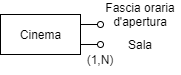
buracchi/cinema-management-system keeps this draw.io diagram as docs/media/er_diagrams/er_1.png. Above is the earlier version. Source tidied: cells renumbered, new cells last; positions are measured from the earlier drawing's top-left corner, leaving out a move shared by most shapes. Source of this version:
```xml
<mxGraphModel>
  <root>
    <mxCell id="0" />
    <mxCell id="1" parent="0" />
    <mxCell id="2" style="edgeStyle=orthogonalEdgeStyle;jettySize=auto;html=1;endArrow=oval;endFill=0;sketch=0;rounded=0;exitX=1;exitY=0.25;exitDx=0;exitDy=0;" parent="1" edge="1" source="4">
      <mxGeometry relative="1" as="geometry">
        <mxPoint x="100" y="20" as="targetPoint" />
      </mxGeometry>
    </mxCell>
    <mxCell id="3" style="edgeStyle=orthogonalEdgeStyle;rounded=0;jettySize=auto;html=1;exitX=1;exitY=0.75;exitDx=0;exitDy=0;endArrow=oval;endFill=0;" parent="1" edge="1" source="4">
      <mxGeometry relative="1" as="geometry">
        <mxPoint x="100" y="40" as="targetPoint" />
      </mxGeometry>
    </mxCell>
    <mxCell id="4" value="Cinema" style="html=1;sketch=0;" parent="1" vertex="1">
      <mxGeometry y="10" width="80" height="40" as="geometry" />
    </mxCell>
    <mxCell id="5" value="Fascia oraria d'apertura" style="text;html=1;strokeColor=none;fillColor=none;align=center;verticalAlign=middle;whiteSpace=wrap;sketch=0;" parent="1" vertex="1">
      <mxGeometry x="100" width="80" height="20" as="geometry" />
    </mxCell>
    <mxCell id="6" value="Sala" style="text;html=1;strokeColor=none;fillColor=none;align=center;verticalAlign=middle;whiteSpace=wrap;rounded=0;" parent="1" vertex="1">
      <mxGeometry x="120" y="30" width="40" height="20" as="geometry" />
    </mxCell>
    <mxCell id="7" value="(1,N)" style="text;html=1;strokeColor=none;fillColor=none;align=center;verticalAlign=middle;whiteSpace=wrap;rounded=0;" parent="1" vertex="1">
      <mxGeometry x="70" y="40" width="60" height="30" as="geometry" />
    </mxCell>
  </root>
</mxGraphModel>
```
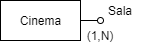
Above is the later version.

The edit, as a diff of the source:
```diff
@@ -2,27 +2,19 @@
   <root>
     <mxCell id="0" />
     <mxCell id="1" parent="0" />
-    <mxCell id="2" style="edgeStyle=orthogonalEdgeStyle;jettySize=auto;html=1;endArrow=oval;endFill=0;sketch=0;rounded=0;exitX=1;exitY=0.25;exitDx=0;exitDy=0;" parent="1" edge="1" source="4">
-      <mxGeometry relative="1" as="geometry">
-        <mxPoint x="100" y="20" as="targetPoint" />
-      </mxGeometry>
-    </mxCell>
-    <mxCell id="3" style="edgeStyle=orthogonalEdgeStyle;rounded=0;jettySize=auto;html=1;exitX=1;exitY=0.75;exitDx=0;exitDy=0;endArrow=oval;endFill=0;" parent="1" edge="1" source="4">
+    <mxCell id="3" style="edgeStyle=orthogonalEdgeStyle;rounded=0;jettySize=auto;html=1;exitX=1;exitY=0.5;exitDx=0;exitDy=0;endArrow=oval;endFill=0;" parent="1" edge="1" source="4">
       <mxGeometry relative="1" as="geometry">
-        <mxPoint x="100" y="40" as="targetPoint" />
+        <mxPoint x="100" y="30" as="targetPoint" />
       </mxGeometry>
     </mxCell>
     <mxCell id="4" value="Cinema" style="html=1;sketch=0;" parent="1" vertex="1">
       <mxGeometry y="10" width="80" height="40" as="geometry" />
     </mxCell>
-    <mxCell id="5" value="Fascia oraria d'apertura" style="text;html=1;strokeColor=none;fillColor=none;align=center;verticalAlign=middle;whiteSpace=wrap;sketch=0;" parent="1" vertex="1">
-      <mxGeometry x="100" width="80" height="20" as="geometry" />
-    </mxCell>
     <mxCell id="6" value="Sala" style="text;html=1;strokeColor=none;fillColor=none;align=center;verticalAlign=middle;whiteSpace=wrap;rounded=0;" parent="1" vertex="1">
-      <mxGeometry x="120" y="30" width="40" height="20" as="geometry" />
+      <mxGeometry x="100" y="10" width="40" height="20" as="geometry" />
     </mxCell>
     <mxCell id="7" value="(1,N)" style="text;html=1;strokeColor=none;fillColor=none;align=center;verticalAlign=middle;whiteSpace=wrap;rounded=0;" parent="1" vertex="1">
-      <mxGeometry x="70" y="40" width="60" height="30" as="geometry" />
+      <mxGeometry x="70" y="30" width="60" height="30" as="geometry" />
     </mxCell>
   </root>
 </mxGraphModel>
```
